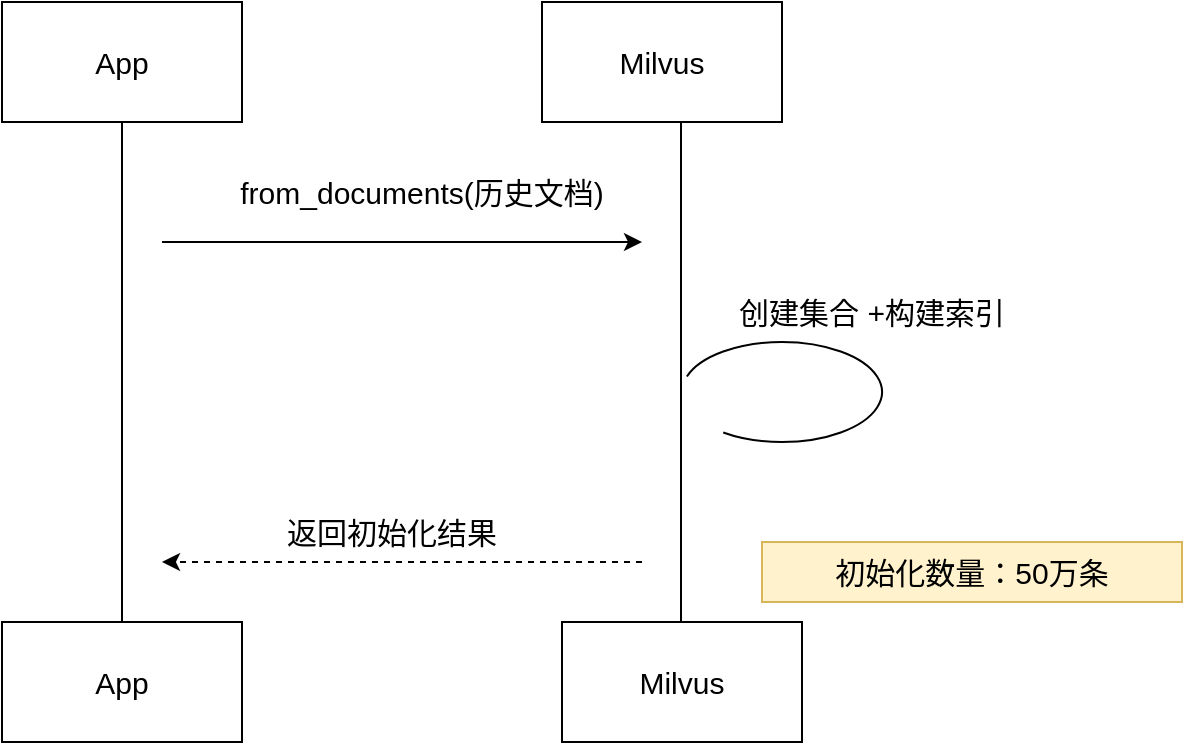
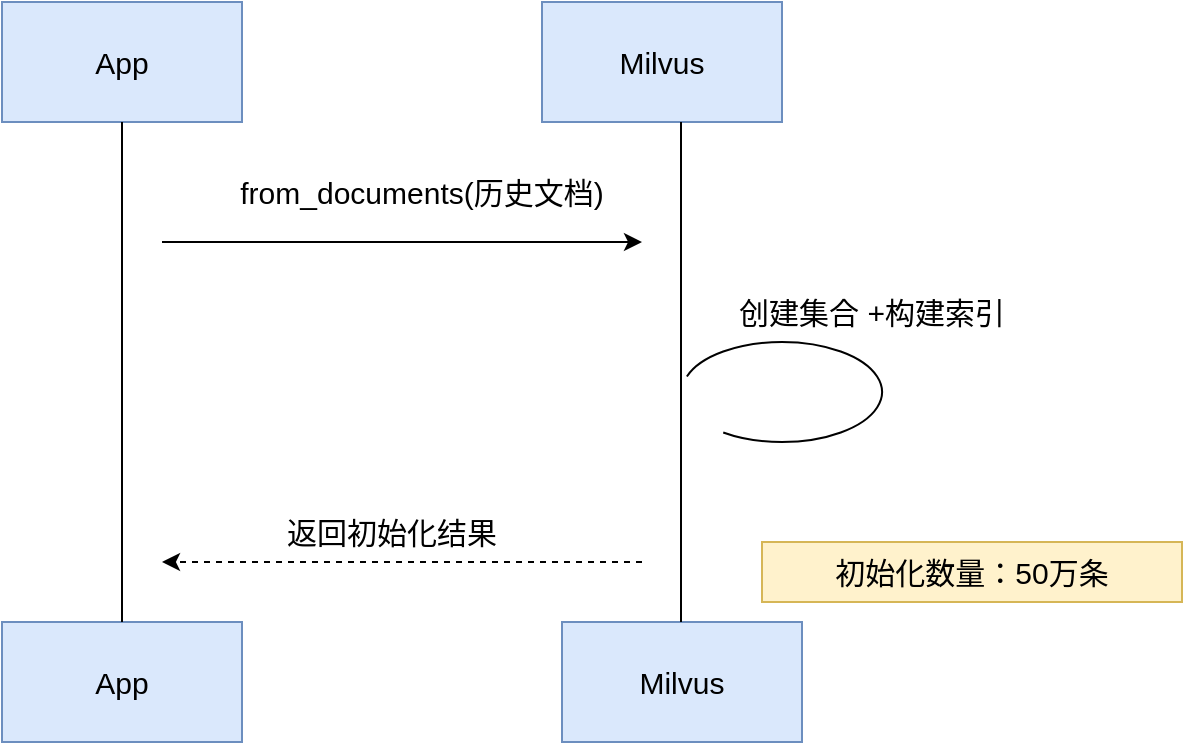
<mxfile host="app.diagrams.net">
  <diagram name="第 1 页" id="UUt5R9PCVqIVP22lnHmb">
    <mxGraphModel dx="1414" dy="751" grid="1" gridSize="10" guides="1" tooltips="1" connect="1" arrows="1" fold="1" page="1" pageScale="1" pageWidth="827" pageHeight="1169" math="0" shadow="0">
      <root>
        <mxCell id="0" />
        <mxCell id="1" parent="0" />
-         <mxCell id="fyHhUcTejEDvJsqJKB2t-1" parent="1" style="rounded=0;whiteSpace=wrap;html=1;fontSize=15;" value="App" vertex="1">
+         <mxCell id="fyHhUcTejEDvJsqJKB2t-1" parent="1" style="rounded=0;whiteSpace=wrap;html=1;fontSize=15;fillColor=#dae8fc;strokeColor=#6c8ebf;" value="App" vertex="1">
          <mxGeometry height="60" width="120" x="260" y="140" as="geometry" />
        </mxCell>
-         <mxCell id="fyHhUcTejEDvJsqJKB2t-2" parent="1" style="rounded=0;whiteSpace=wrap;html=1;fontSize=15;" value="App" vertex="1">
+         <mxCell id="fyHhUcTejEDvJsqJKB2t-2" parent="1" style="rounded=0;whiteSpace=wrap;html=1;fontSize=15;fillColor=#dae8fc;strokeColor=#6c8ebf;" value="App" vertex="1">
          <mxGeometry height="60" width="120" x="260" y="450" as="geometry" />
        </mxCell>
-         <mxCell id="fyHhUcTejEDvJsqJKB2t-3" parent="1" style="rounded=0;whiteSpace=wrap;html=1;fontSize=15;" value="Milvus" vertex="1">
+         <mxCell id="fyHhUcTejEDvJsqJKB2t-3" parent="1" style="rounded=0;whiteSpace=wrap;html=1;fontSize=15;fillColor=#dae8fc;strokeColor=#6c8ebf;" value="Milvus" vertex="1">
          <mxGeometry height="60" width="120" x="530" y="140" as="geometry" />
        </mxCell>
-         <mxCell id="fyHhUcTejEDvJsqJKB2t-4" parent="1" style="rounded=0;whiteSpace=wrap;html=1;fontSize=15;" value="Milvus" vertex="1">
+         <mxCell id="fyHhUcTejEDvJsqJKB2t-4" parent="1" style="rounded=0;whiteSpace=wrap;html=1;fontSize=15;fillColor=#dae8fc;strokeColor=#6c8ebf;" value="Milvus" vertex="1">
          <mxGeometry height="60" width="120" x="540" y="450" as="geometry" />
        </mxCell>
        <mxCell id="fyHhUcTejEDvJsqJKB2t-5" edge="1" parent="1" source="fyHhUcTejEDvJsqJKB2t-2" style="endArrow=none;html=1;rounded=0;entryX=0.5;entryY=1;entryDx=0;entryDy=0;exitX=0.5;exitY=0;exitDx=0;exitDy=0;fontSize=15;" target="fyHhUcTejEDvJsqJKB2t-1" value="">
          <mxGeometry height="50" relative="1" width="50" as="geometry">
            <mxPoint x="300" y="300" as="sourcePoint" />
            <mxPoint x="350" y="250" as="targetPoint" />
          </mxGeometry>
        </mxCell>
        <mxCell id="fyHhUcTejEDvJsqJKB2t-6" edge="1" parent="1" style="endArrow=none;html=1;rounded=0;entryX=0.5;entryY=1;entryDx=0;entryDy=0;exitX=0.5;exitY=0;exitDx=0;exitDy=0;fontSize=15;" value="">
          <mxGeometry height="50" relative="1" width="50" as="geometry">
            <mxPoint x="599.5" y="450" as="sourcePoint" />
            <mxPoint x="599.5" y="200" as="targetPoint" />
          </mxGeometry>
        </mxCell>
        <mxCell id="fyHhUcTejEDvJsqJKB2t-7" edge="1" parent="1" style="endArrow=classic;html=1;rounded=0;fontSize=15;" value="">
          <mxGeometry height="50" relative="1" width="50" as="geometry">
            <mxPoint x="340" y="260" as="sourcePoint" />
            <mxPoint x="580" y="260" as="targetPoint" />
          </mxGeometry>
        </mxCell>
        <mxCell id="fyHhUcTejEDvJsqJKB2t-8" parent="1" style="text;html=1;whiteSpace=wrap;strokeColor=none;fillColor=none;align=center;verticalAlign=middle;rounded=0;fontSize=15;" value="from_documents(历史文档)" vertex="1">
          <mxGeometry height="30" width="220" x="360" y="220" as="geometry" />
        </mxCell>
        <mxCell id="fyHhUcTejEDvJsqJKB2t-9" parent="1" style="shape=mxgraph.basic.arc;html=1;startAngle=0.3;endAngle=0.1;endArrow=classic;endFill=1;flipH=1;legacyAnchorPoints=0;flipV=1;fontSize=15;" value="" vertex="1">
          <mxGeometry height="50" width="100" x="600" y="310" as="geometry" />
        </mxCell>
        <mxCell id="fyHhUcTejEDvJsqJKB2t-11" parent="1" style="text;html=1;whiteSpace=wrap;strokeColor=none;fillColor=none;align=center;verticalAlign=middle;rounded=0;fontSize=15;" value="创建集合 +构建索引" vertex="1">
          <mxGeometry height="30" width="190" x="600" y="280" as="geometry" />
        </mxCell>
        <mxCell id="fyHhUcTejEDvJsqJKB2t-12" edge="1" parent="1" style="endArrow=classic;html=1;rounded=0;dashed=1;fontSize=15;" value="">
          <mxGeometry height="50" relative="1" width="50" as="geometry">
            <mxPoint x="580" y="420" as="sourcePoint" />
            <mxPoint x="340" y="420" as="targetPoint" />
          </mxGeometry>
        </mxCell>
        <mxCell id="fyHhUcTejEDvJsqJKB2t-13" parent="1" style="text;html=1;whiteSpace=wrap;strokeColor=none;fillColor=none;align=center;verticalAlign=middle;rounded=0;fontSize=15;" value="返回初始化结果" vertex="1">
          <mxGeometry height="30" width="170" x="370" y="390" as="geometry" />
        </mxCell>
        <mxCell id="fyHhUcTejEDvJsqJKB2t-14" parent="1" style="rounded=0;whiteSpace=wrap;html=1;fillColor=#fff2cc;strokeColor=#d6b656;fontSize=15;" value="初始化数量：50万条" vertex="1">
          <mxGeometry height="30" width="210" x="640" y="410" as="geometry" />
        </mxCell>
      </root>
    </mxGraphModel>
  </diagram>
</mxfile>
